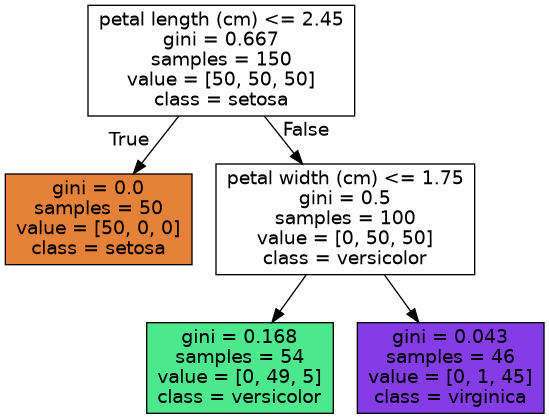
The Graphviz diagram Chapter6-DecisionTrees/iris_tree.png in mo-kasiri/Machine-Learning-examples, before a commit. Its source is kept beside it as Chapter6-DecisionTrees/iris_tree.dot.
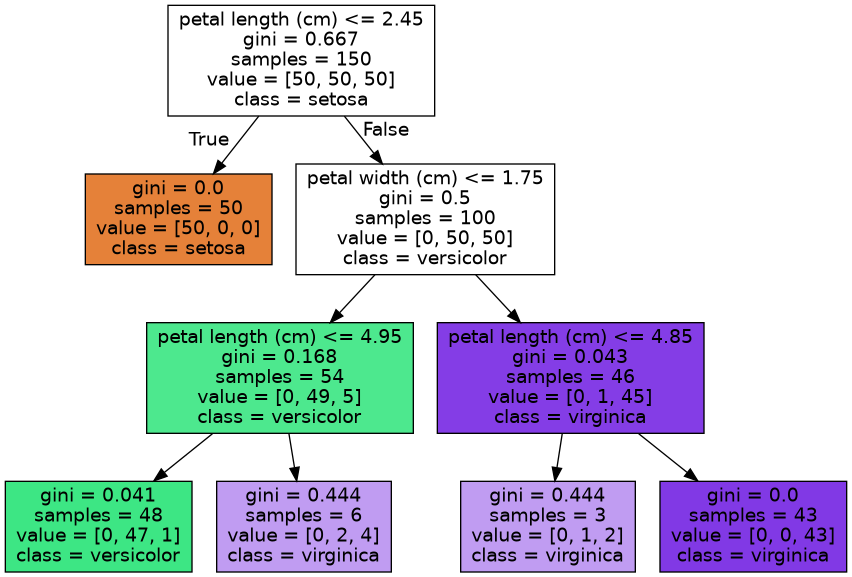
The same diagram one commit later.

The edit, as a diff of the source:
```diff
@@ -1,13 +1,21 @@
 digraph Tree {
 node [shape=box, style="filled", color="black", fontname="helvetica"] ;
 edge [fontname="helvetica"] ;
-0 [label="petal length (cm) <= 2.45\ngini = 0.667\nsamples = 150\nvalue = [50, 50, 50]\nclass = setosa", fillcolor="#ffffff"] ;
+0 [label="petal width (cm) <= 0.8\ngini = 0.667\nsamples = 150\nvalue = [50, 50, 50]\nclass = setosa", fillcolor="#ffffff"] ;
 1 [label="gini = 0.0\nsamples = 50\nvalue = [50, 0, 0]\nclass = setosa", fillcolor="#e58139"] ;
 0 -> 1 [labeldistance=2.5, labelangle=45, headlabel="True"] ;
 2 [label="petal width (cm) <= 1.75\ngini = 0.5\nsamples = 100\nvalue = [0, 50, 50]\nclass = versicolor", fillcolor="#ffffff"] ;
 0 -> 2 [labeldistance=2.5, labelangle=-45, headlabel="False"] ;
-3 [label="gini = 0.168\nsamples = 54\nvalue = [0, 49, 5]\nclass = versicolor", fillcolor="#4de88e"] ;
+3 [label="petal length (cm) <= 4.95\ngini = 0.168\nsamples = 54\nvalue = [0, 49, 5]\nclass = versicolor", fillcolor="#4de88e"] ;
 2 -> 3 ;
-4 [label="gini = 0.043\nsamples = 46\nvalue = [0, 1, 45]\nclass = virginica", fillcolor="#843de6"] ;
-2 -> 4 ;
+4 [label="gini = 0.041\nsamples = 48\nvalue = [0, 47, 1]\nclass = versicolor", fillcolor="#3de684"] ;
+3 -> 4 ;
+5 [label="gini = 0.444\nsamples = 6\nvalue = [0, 2, 4]\nclass = virginica", fillcolor="#c09cf2"] ;
+3 -> 5 ;
+6 [label="petal length (cm) <= 4.85\ngini = 0.043\nsamples = 46\nvalue = [0, 1, 45]\nclass = virginica", fillcolor="#843de6"] ;
+2 -> 6 ;
+7 [label="gini = 0.444\nsamples = 3\nvalue = [0, 1, 2]\nclass = virginica", fillcolor="#c09cf2"] ;
+6 -> 7 ;
+8 [label="gini = 0.0\nsamples = 43\nvalue = [0, 0, 43]\nclass = virginica", fillcolor="#8139e5"] ;
+6 -> 8 ;
 }
```
